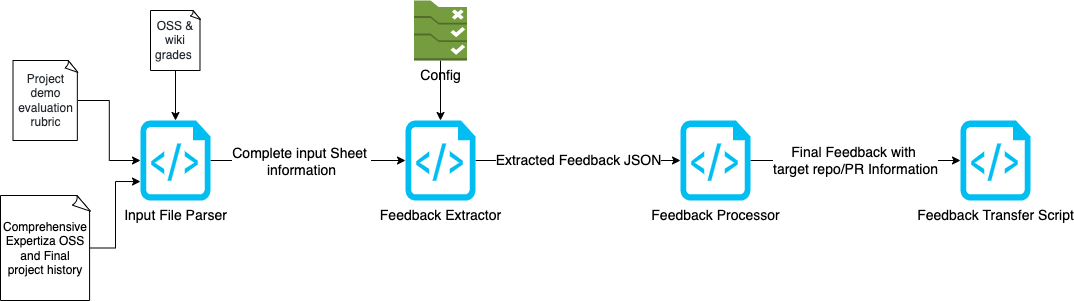
Above: res/oss_feedback_system_design.png in cterse/oss-feedback-processor (draw.io), before the change. Source tidied: cells renumbered, new cells last; positions are measured from the earlier drawing's top-left corner, leaving out a move shared by most shapes. Source of this version:
```xml
<mxGraphModel>
  <root>
    <mxCell id="0" />
    <mxCell id="1" parent="0" />
    <mxCell id="2" style="edgeStyle=orthogonalEdgeStyle;rounded=0;jettySize=auto;html=1;entryX=0;entryY=0.5;entryDx=0;entryDy=0;entryPerimeter=0;fontSize=8;" parent="1" edge="1" source="4" target="6">
      <mxGeometry relative="1" as="geometry" />
    </mxCell>
    <mxCell id="3" value="&lt;font style=&quot;font-size: 14px&quot;&gt;Complete input Sheet &lt;br&gt;information&lt;/font&gt;" style="edgeLabel;html=1;align=center;verticalAlign=middle;fontSize=8;" parent="2" vertex="1">
      <mxGeometry x="-0.16" relative="1" as="geometry">
        <mxPoint x="8" as="offset" />
      </mxGeometry>
    </mxCell>
    <mxCell id="4" value="&lt;font style=&quot;font-size: 14px&quot;&gt;Input File Parser&lt;/font&gt;" style="verticalLabelPosition=bottom;html=1;verticalAlign=top;align=center;strokeColor=none;fillColor=#00BEF2;shape=mxgraph.azure.script_file;" parent="1" vertex="1">
      <mxGeometry x="140" y="120" width="70" height="80" as="geometry" />
    </mxCell>
    <mxCell id="5" value="&lt;font style=&quot;font-size: 14px&quot;&gt;Extracted Feedback JSON&lt;/font&gt;" style="edgeStyle=orthogonalEdgeStyle;rounded=0;jettySize=auto;html=1;entryX=0;entryY=0.5;entryDx=0;entryDy=0;entryPerimeter=0;fontSize=12;" parent="1" edge="1" source="6" target="8">
      <mxGeometry relative="1" as="geometry" />
    </mxCell>
    <mxCell id="6" value="&lt;font style=&quot;font-size: 14px&quot;&gt;Feedback Extractor&lt;/font&gt;" style="verticalLabelPosition=bottom;html=1;verticalAlign=top;align=center;strokeColor=none;fillColor=#00BEF2;shape=mxgraph.azure.script_file;" parent="1" vertex="1">
      <mxGeometry x="405" y="120" width="70" height="80" as="geometry" />
    </mxCell>
    <mxCell id="7" value="Final Feedback with &lt;br&gt;target repo/PR Information" style="edgeStyle=orthogonalEdgeStyle;rounded=0;jettySize=auto;html=1;entryX=0;entryY=0.5;entryDx=0;entryDy=0;entryPerimeter=0;fontSize=14;" parent="1" edge="1" source="8" target="9">
      <mxGeometry relative="1" as="geometry" />
    </mxCell>
    <mxCell id="8" value="&lt;font style=&quot;font-size: 14px&quot;&gt;Feedback Processor&lt;/font&gt;" style="verticalLabelPosition=bottom;html=1;verticalAlign=top;align=center;strokeColor=none;fillColor=#00BEF2;shape=mxgraph.azure.script_file;" parent="1" vertex="1">
      <mxGeometry x="680" y="120" width="70" height="80" as="geometry" />
    </mxCell>
    <mxCell id="9" value="&lt;font style=&quot;font-size: 14px&quot;&gt;Feedback Transfer Script&lt;/font&gt;" style="verticalLabelPosition=bottom;html=1;verticalAlign=top;align=center;strokeColor=none;fillColor=#00BEF2;shape=mxgraph.azure.script_file;" parent="1" vertex="1">
      <mxGeometry x="960" y="120" width="70" height="80" as="geometry" />
    </mxCell>
    <mxCell id="10" style="edgeStyle=orthogonalEdgeStyle;rounded=0;jettySize=auto;html=1;entryX=0.5;entryY=0;entryDx=0;entryDy=0;entryPerimeter=0;fontSize=8;" parent="1" edge="1" source="11" target="4">
      <mxGeometry relative="1" as="geometry" />
    </mxCell>
    <mxCell id="11" value="&lt;span style=&quot;color: rgb(36 , 41 , 47) ; font-family: , &amp;#34;system-ui&amp;#34; , &amp;#34;segoe ui&amp;#34; , &amp;#34;helvetica&amp;#34; , &amp;#34;arial&amp;#34; , sans-serif , &amp;#34;apple color emoji&amp;#34; , &amp;#34;segoe ui emoji&amp;#34; ; text-align: left ; background-color: rgb(255 , 255 , 255)&quot;&gt;&lt;font style=&quot;font-size: 12px&quot;&gt;OSS &amp;amp; wiki grades&amp;nbsp;&lt;/font&gt;&lt;/span&gt;" style="whiteSpace=wrap;html=1;shape=mxgraph.basic.document;" parent="1" vertex="1">
      <mxGeometry x="150" y="10" width="50" height="60" as="geometry" />
    </mxCell>
    <mxCell id="12" style="edgeStyle=orthogonalEdgeStyle;rounded=0;jettySize=auto;html=1;entryX=0;entryY=0.5;entryDx=0;entryDy=0;entryPerimeter=0;fontSize=8;" parent="1" edge="1" source="13" target="4">
      <mxGeometry relative="1" as="geometry" />
    </mxCell>
    <mxCell id="13" value="&lt;span style=&quot;color: rgb(36 , 41 , 47) ; font-family: , &amp;#34;system-ui&amp;#34; , &amp;#34;segoe ui&amp;#34; , &amp;#34;helvetica&amp;#34; , &amp;#34;arial&amp;#34; , sans-serif , &amp;#34;apple color emoji&amp;#34; , &amp;#34;segoe ui emoji&amp;#34; ; text-align: left ; background-color: rgb(255 , 255 , 255)&quot;&gt;&lt;font style=&quot;font-size: 12px&quot;&gt;Project demo evaluation rubric&lt;/font&gt;&lt;/span&gt;" style="whiteSpace=wrap;html=1;shape=mxgraph.basic.document;" parent="1" vertex="1">
      <mxGeometry x="12.5" y="60" width="65" height="80" as="geometry" />
    </mxCell>
    <mxCell id="14" style="edgeStyle=orthogonalEdgeStyle;rounded=0;jettySize=auto;html=1;entryX=0;entryY=0.763;entryDx=0;entryDy=0;entryPerimeter=0;fontSize=8;" parent="1" edge="1" source="15" target="4">
      <mxGeometry relative="1" as="geometry" />
    </mxCell>
    <mxCell id="15" value="&lt;font style=&quot;font-size: 12px&quot;&gt;Comprehensive Expertiza OSS and Final project history&lt;/font&gt;" style="whiteSpace=wrap;html=1;shape=mxgraph.basic.document;" parent="1" vertex="1">
      <mxGeometry y="195" width="90" height="105" as="geometry" />
    </mxCell>
    <mxCell id="16" style="edgeStyle=orthogonalEdgeStyle;rounded=0;jettySize=auto;html=1;entryX=0.5;entryY=0;entryDx=0;entryDy=0;entryPerimeter=0;fontSize=14;" parent="1" edge="1" source="17" target="6">
      <mxGeometry relative="1" as="geometry" />
    </mxCell>
    <mxCell id="17" value="&lt;font style=&quot;font-size: 14px&quot;&gt;Config&lt;/font&gt;" style="outlineConnect=0;dashed=0;verticalLabelPosition=bottom;verticalAlign=top;align=center;html=1;shape=mxgraph.aws3.config_rule;fillColor=#759C3E;gradientColor=none;fontSize=8;" parent="1" vertex="1">
      <mxGeometry x="413.5" width="53" height="60" as="geometry" />
    </mxCell>
  </root>
</mxGraphModel>
```
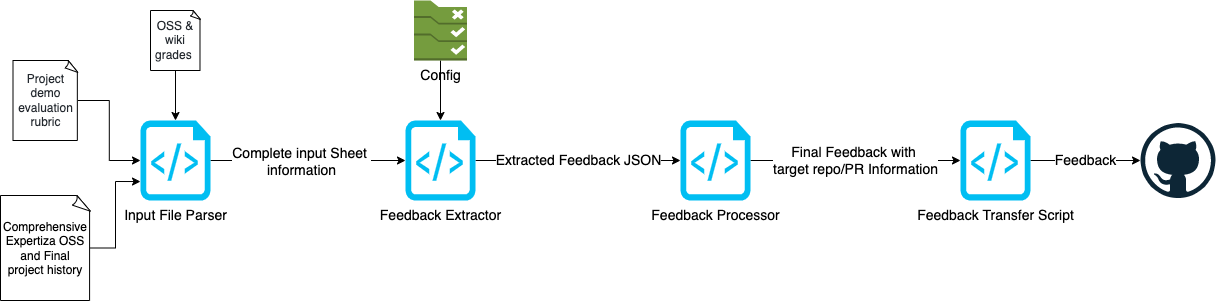
After the commit.

Commit message:
Update sys design diagram

What changed in the source:
```diff
@@ -25,6 +25,9 @@
     <mxCell id="8" value="&lt;font style=&quot;font-size: 14px&quot;&gt;Feedback Processor&lt;/font&gt;" style="verticalLabelPosition=bottom;html=1;verticalAlign=top;align=center;strokeColor=none;fillColor=#00BEF2;shape=mxgraph.azure.script_file;" parent="1" vertex="1">
       <mxGeometry x="680" y="120" width="70" height="80" as="geometry" />
     </mxCell>
+    <mxCell id="18" value="&lt;font style=&quot;font-size: 14px;&quot;&gt;Feedback&lt;/font&gt;" style="edgeStyle=orthogonalEdgeStyle;rounded=0;jettySize=auto;html=1;" parent="1" edge="1" source="9" target="19">
+      <mxGeometry relative="1" as="geometry" />
+    </mxCell>
     <mxCell id="9" value="&lt;font style=&quot;font-size: 14px&quot;&gt;Feedback Transfer Script&lt;/font&gt;" style="verticalLabelPosition=bottom;html=1;verticalAlign=top;align=center;strokeColor=none;fillColor=#00BEF2;shape=mxgraph.azure.script_file;" parent="1" vertex="1">
       <mxGeometry x="960" y="120" width="70" height="80" as="geometry" />
     </mxCell>
@@ -52,5 +55,8 @@
     <mxCell id="17" value="&lt;font style=&quot;font-size: 14px&quot;&gt;Config&lt;/font&gt;" style="outlineConnect=0;dashed=0;verticalLabelPosition=bottom;verticalAlign=top;align=center;html=1;shape=mxgraph.aws3.config_rule;fillColor=#759C3E;gradientColor=none;fontSize=8;" parent="1" vertex="1">
       <mxGeometry x="413.5" width="53" height="60" as="geometry" />
     </mxCell>
+    <mxCell id="19" style="dashed=0;outlineConnect=0;html=1;align=center;labelPosition=center;verticalLabelPosition=bottom;verticalAlign=top;shape=mxgraph.weblogos.github;" parent="1" vertex="1">
+      <mxGeometry x="1140" y="122.5" width="75" height="75" as="geometry" />
+    </mxCell>
   </root>
 </mxGraphModel>
```
